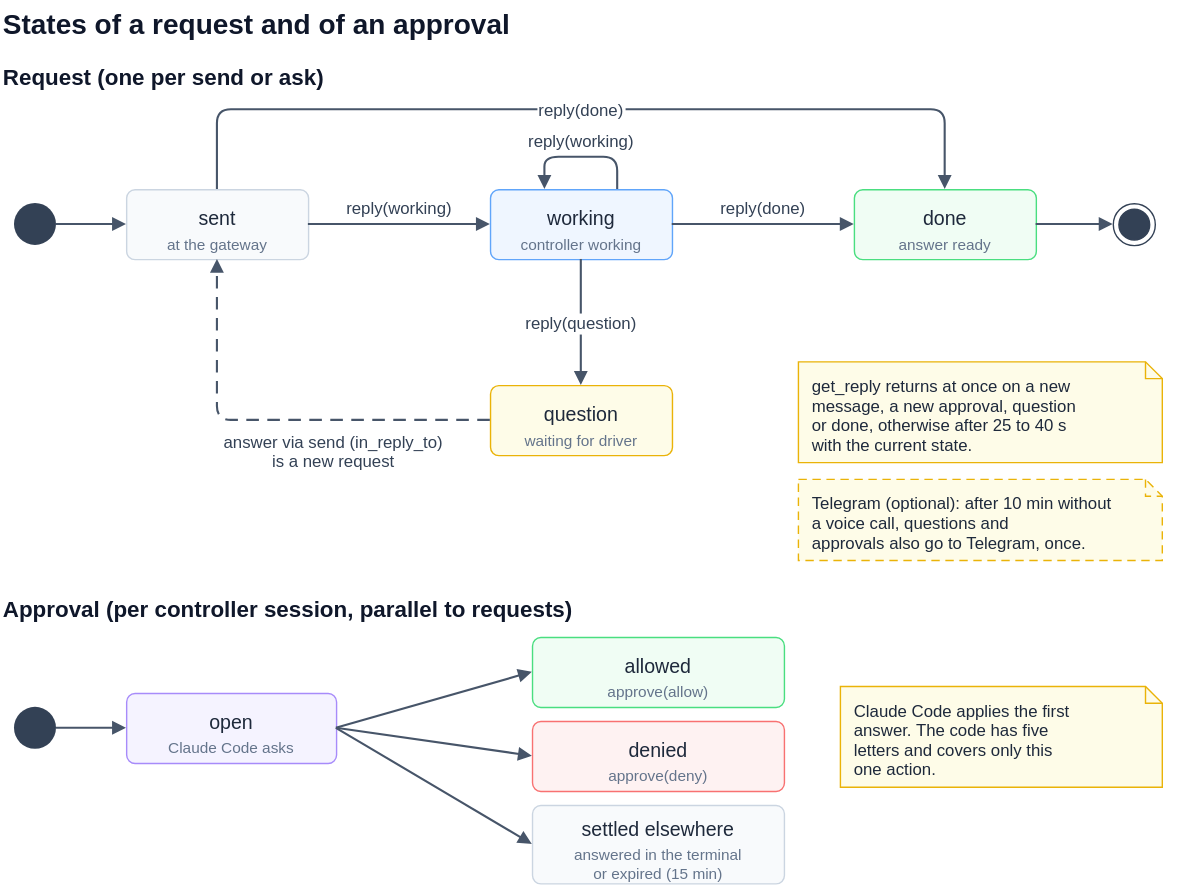
Above: docs/states.drawio.svg in alderg/cc-voice-gateway (draw.io), before the change. Source tidied: cells renumbered, new cells last; positions are measured from the earlier drawing's top-left corner, leaving out a move shared by most shapes.
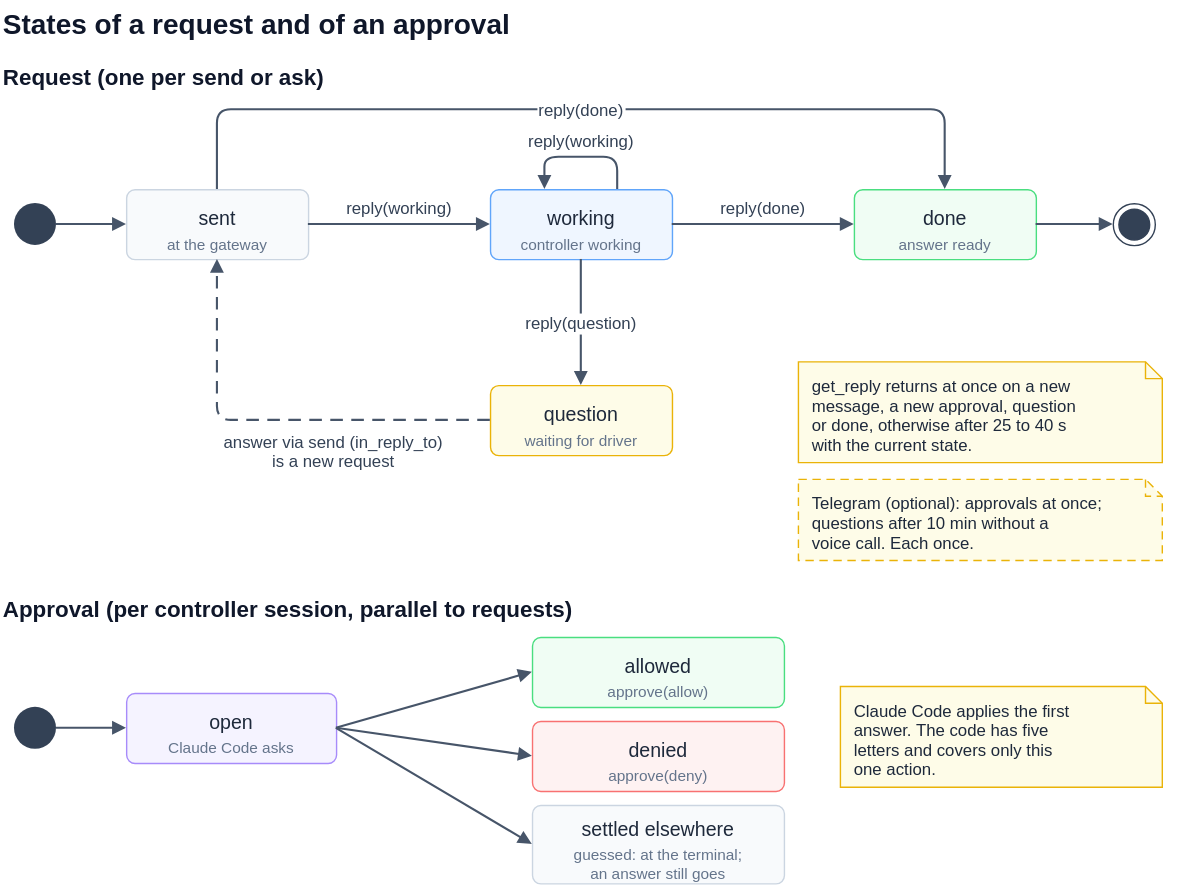
Above is the later version.

What changed in the source:
```diff
@@ -41,7 +41,7 @@
     <mxCell id="14" value="get_reply returns at once on a new&#10;message, a new approval, question&#10;or done, otherwise after 25 to 40 s&#10;with the current state." style="shape=note;size=12;html=0;fontSize=12;align=left;verticalAlign=top;spacingLeft=8;spacingTop=4;fillColor=#FEFCE8;strokeColor=#EAB308;strokeWidth=1;fontColor=#1E293B;" parent="1" vertex="1">
       <mxGeometry x="570" y="258" width="260" height="72" as="geometry" />
     </mxCell>
-    <mxCell id="15" value="Telegram (optional): after 10 min without&#10;a voice call, questions and&#10;approvals also go to Telegram, once." style="shape=note;size=12;html=0;fontSize=12;align=left;verticalAlign=top;spacingLeft=8;spacingTop=4;fillColor=#FEFCE8;strokeColor=#EAB308;dashed=1;strokeWidth=1;fontColor=#1E293B;dashPattern=6 4;" parent="1" vertex="1">
+    <mxCell id="15" value="Telegram (optional): approvals at once;&#10;questions after 10 min without a&#10;voice call. Each once." style="shape=note;size=12;html=0;fontSize=12;align=left;verticalAlign=top;spacingLeft=8;spacingTop=4;fillColor=#FEFCE8;strokeColor=#EAB308;dashed=1;strokeWidth=1;fontColor=#1E293B;dashPattern=6 4;" parent="1" vertex="1">
       <mxGeometry x="570" y="342" width="260" height="58" as="geometry" />
     </mxCell>
     <mxCell id="16" value="Approval (per controller session, parallel to requests)" style="text;html=0;fontSize=16;align=left;verticalAlign=middle;strokeColor=none;fillColor=none;fontStyle=1;fontColor=#0F172A;" parent="1" vertex="1">
@@ -71,7 +71,7 @@
     <mxCell id="24" value="settled elsewhere" style="rounded=1;arcSize=12;html=0;fontSize=14;fillColor=#F8FAFC;strokeColor=#CBD5E1;fontStyle=0;verticalAlign=top;spacingTop=2.9;strokeWidth=1;absoluteArcSize=1;fontColor=#1E293B;" parent="1" vertex="1">
       <mxGeometry x="380" y="575" width="180" height="56" as="geometry" />
     </mxCell>
-    <mxCell id="25" value="answered in the terminal&#10;or expired (15 min)" style="text;html=0;fontSize=11;fontColor=#64748B;align=center;verticalAlign=top;spacing=0;strokeColor=none;fillColor=none;" parent="24" vertex="1">
+    <mxCell id="25" value="guessed: at the terminal;&#10;an answer still goes" style="text;html=0;fontSize=11;fontColor=#64748B;align=center;verticalAlign=top;spacing=0;strokeColor=none;fillColor=none;" parent="24" vertex="1">
       <mxGeometry y="24.7" width="180" height="26.4" as="geometry" />
     </mxCell>
     <mxCell id="26" value="Claude Code applies the first&#10;answer. The code has five&#10;letters and covers only this&#10;one action." style="shape=note;size=12;html=0;fontSize=12;align=left;verticalAlign=top;spacingLeft=8;spacingTop=4;fillColor=#FEFCE8;strokeColor=#EAB308;strokeWidth=1;fontColor=#1E293B;" parent="1" vertex="1">
```
